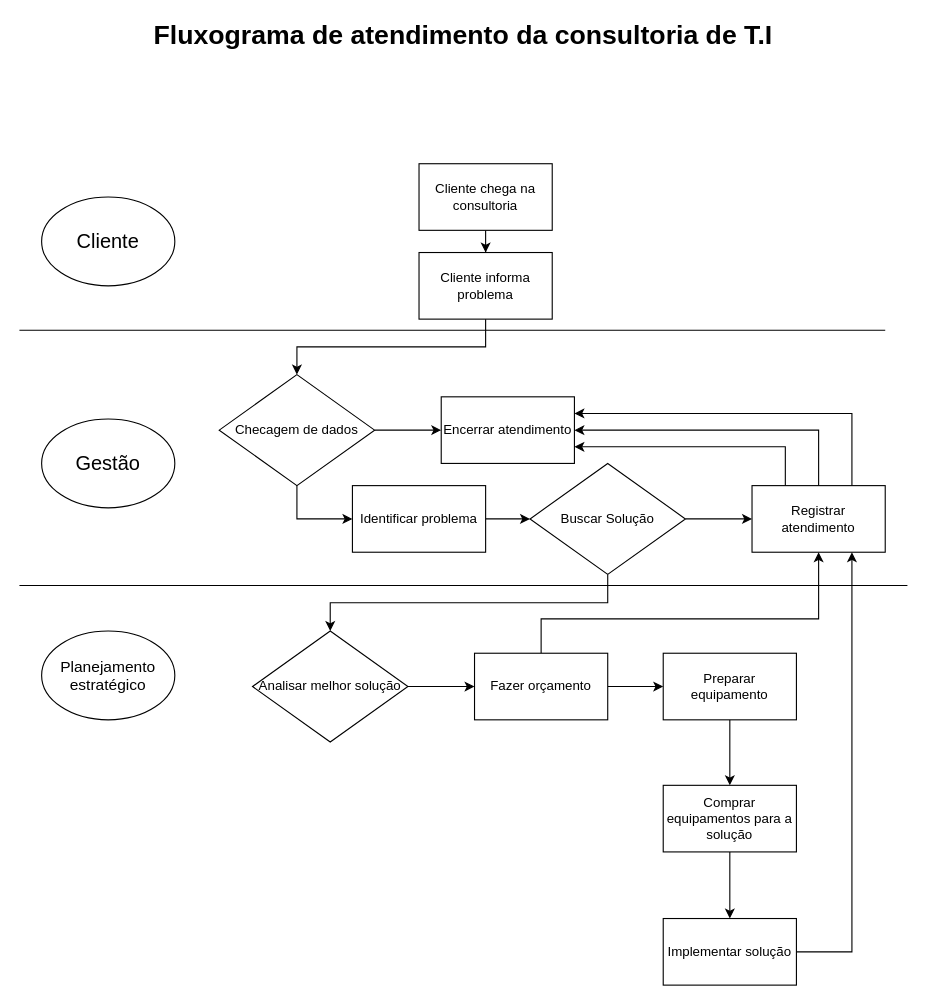
The draw.io diagram fluxograma.drawio in Thiago163/caneta, before the edit. Source tidied: cells renumbered, new cells numbered last; positions are measured from the earlier drawing's top-left corner, leaving out a move shared by most shapes. Both pictures are drawn from the tidied source at 111%, with x=0, y=0 at pixel (19, 19).
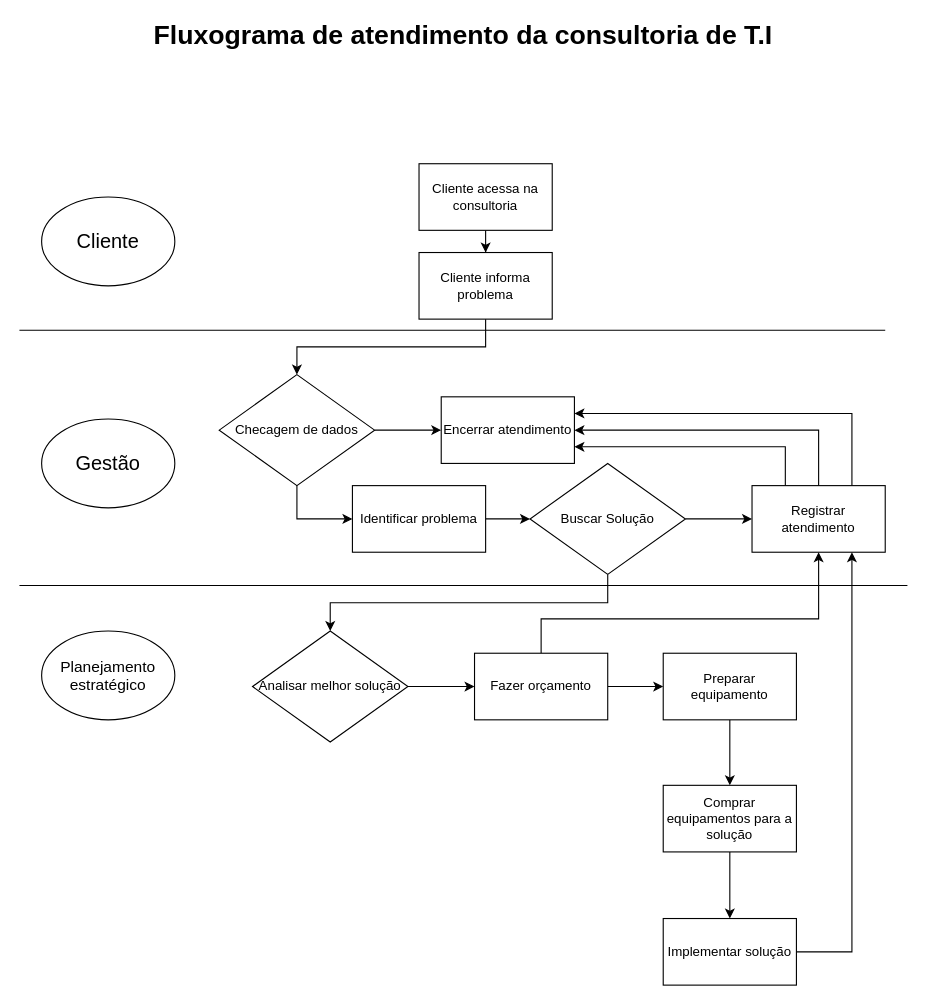
After the change.

What changed in the source:
```diff
@@
-    <mxCell id="3" value="Cliente chega na consultoria" style="rounded=0;whiteSpace=wrap;html=1;" parent="1" vertex="1">
+    <mxCell id="3" value="Cliente acessa na consultoria" style="rounded=0;whiteSpace=wrap;html=1;" parent="1" vertex="1">
       <mxGeometry x="360" y="130" width="120" height="60" as="geometry" />
     </mxCell>
```
